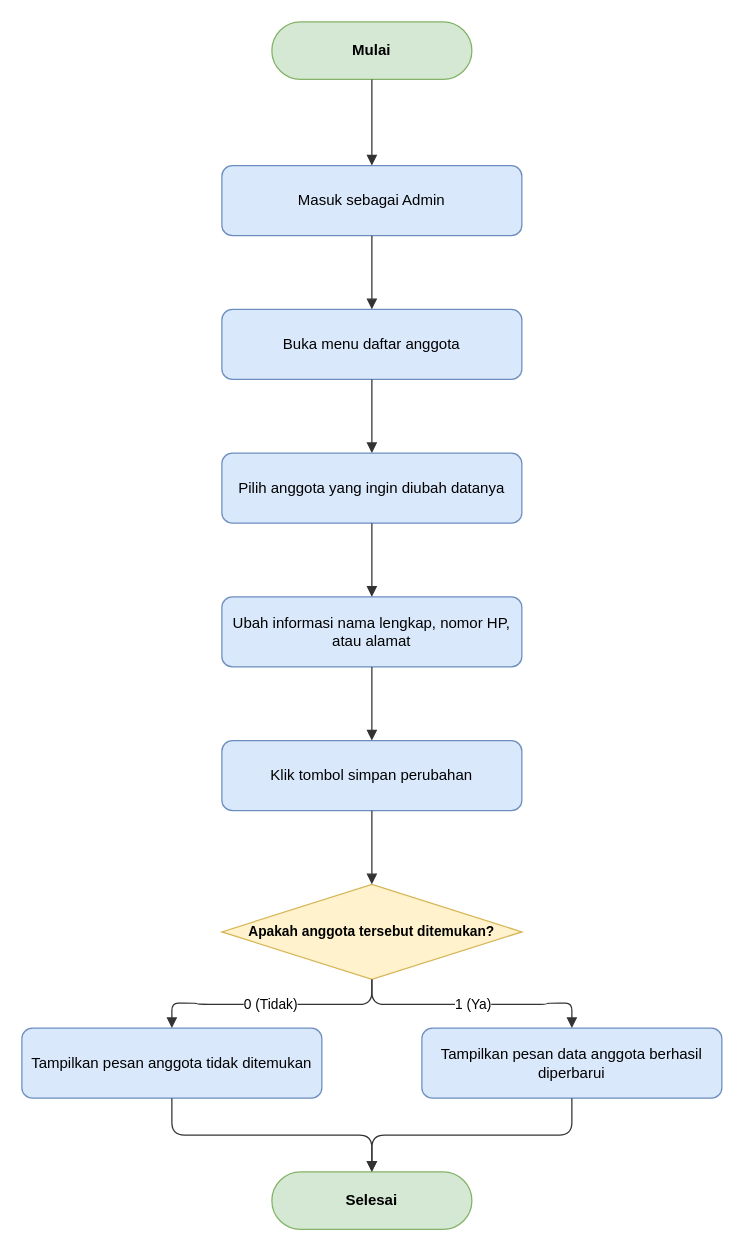
The draw.io diagram docs/diagrams/flowchart/flowchart-updateuser.drawio in dimstyle/ruang-baca, before the edit. Source tidied: cells renumbered, new cells numbered last; positions are measured from the earlier drawing's top-left corner, leaving out a move shared by most shapes. Both pictures are drawn from the tidied source at 125%, with x=0, y=0 at pixel (21, 21).
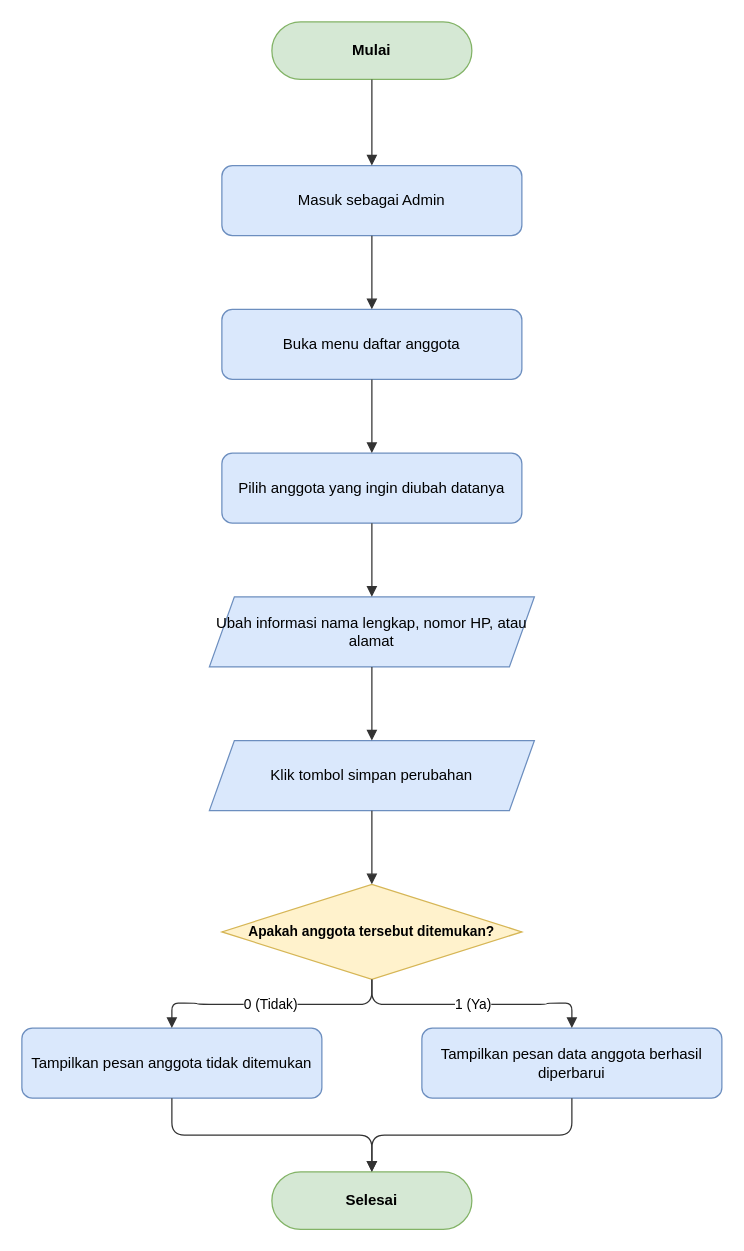
The same page after the edit.

The edit, as a diff of the source:
```diff
@@
-    <mxCell id="6" value="Ubah informasi nama lengkap, nomor HP, atau alamat" style="rounded=1;whiteSpace=wrap;html=1;fillColor=#dae8fc;strokeColor=#6c8ebf;fontSize=12;" parent="1" vertex="1">
-      <mxGeometry x="160" y="460" width="240" height="56" as="geometry" />
+    <mxCell id="6" value="Ubah informasi nama lengkap, nomor HP, atau alamat" style="shape=parallelogram;perimeter=parallelogramPerimeter;whiteSpace=wrap;html=1;fixedSize=1;fillColor=#dae8fc;strokeColor=#6c8ebf;fontSize=12;" parent="1" vertex="1">
+      <mxGeometry x="150" y="460" width="260" height="56" as="geometry" />
     </mxCell>
-    <mxCell id="7" value="Klik tombol simpan perubahan" style="rounded=1;whiteSpace=wrap;html=1;fillColor=#dae8fc;strokeColor=#6c8ebf;fontSize=12;" parent="1" vertex="1">
-      <mxGeometry x="160" y="575" width="240" height="56" as="geometry" />
+    <mxCell id="7" value="Klik tombol simpan perubahan" style="shape=parallelogram;perimeter=parallelogramPerimeter;whiteSpace=wrap;html=1;fixedSize=1;fillColor=#dae8fc;strokeColor=#6c8ebf;fontSize=12;" parent="1" vertex="1">
+      <mxGeometry x="150" y="575" width="260" height="56" as="geometry" />
     </mxCell>
```
